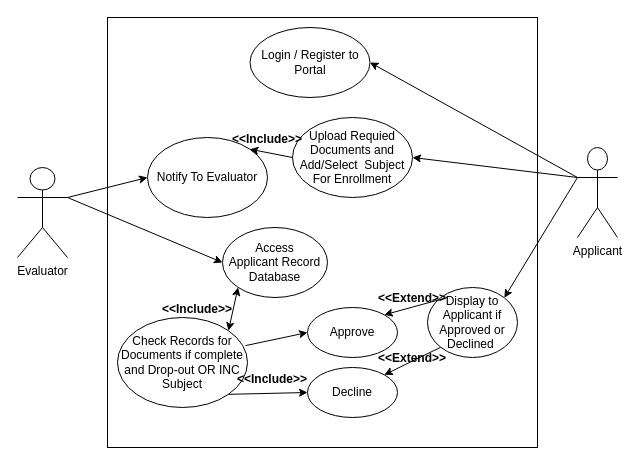
Above: Use Case Exam.drawio in jahla2/Exam (draw.io), before the change. Source tidied: cells renumbered, new cells numbered last; positions are measured from the earlier drawing's top-left corner, leaving out a move shared by most shapes. Both pictures are drawn from the tidied source at 100%, with x=0, y=0 at pixel (17, 17).
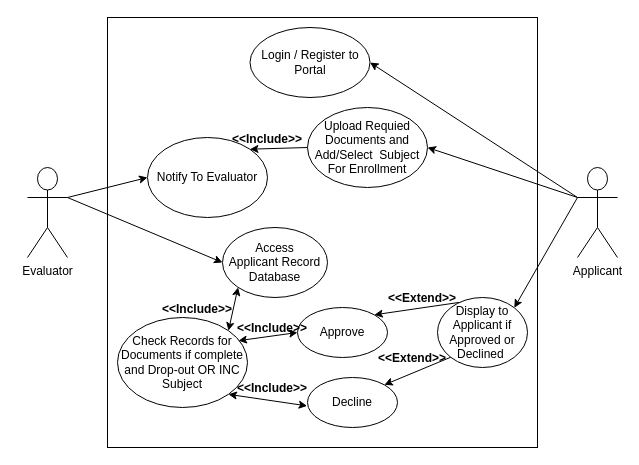
Above is the later version.

Unchanged cells that the change refers to:
```xml
<mxCell id="11" value="Check Records for Documents if complete and Drop-out OR INC Subject" style="ellipse;whiteSpace=wrap;html=1;" parent="1" vertex="1">
  <mxGeometry x="100" y="300" width="130" height="90" as="geometry" />
</mxCell>
```

The edit, as a diff of the source:
```diff
@@
     <mxCell id="3" value="Evaluator" style="shape=umlActor;verticalLabelPosition=bottom;verticalAlign=top;html=1;outlineConnect=0;" parent="1" vertex="1">
-      <mxGeometry y="150" width="50" height="90" as="geometry" />
+      <mxGeometry x="10" y="150" width="40" height="90" as="geometry" />
     </mxCell>
     <mxCell id="4" value="Applicant" style="shape=umlActor;verticalLabelPosition=bottom;verticalAlign=top;html=1;outlineConnect=0;" parent="1" vertex="1">
-      <mxGeometry x="560" y="130" width="40" height="90" as="geometry" />
+      <mxGeometry x="560" y="150" width="40" height="90" as="geometry" />
     </mxCell>
@@
     <mxCell id="9" value="Upload Requied Documents and Add/Select&amp;nbsp; Subject&lt;br&gt;For Enrollment" style="ellipse;whiteSpace=wrap;html=1;" parent="1" vertex="1">
-      <mxGeometry x="275" y="100" width="120" height="80" as="geometry" />
+      <mxGeometry x="290" y="90" width="120" height="80" as="geometry" />
     </mxCell>
@@
-    <mxCell id="13" style="endArrow=classic;html=1;rounded=0;exitX=0.983;exitY=0.313;exitDx=0;exitDy=0;entryX=0;entryY=0.5;entryDx=0;entryDy=0;exitPerimeter=0;" parent="1" edge="1" source="11" target="14">
-      <mxGeometry relative="1" as="geometry" />
-    </mxCell>
     <mxCell id="14" value="Approve" style="ellipse;whiteSpace=wrap;html=1;" parent="1" vertex="1">
-      <mxGeometry x="290" y="290" width="90" height="50" as="geometry" />
+      <mxGeometry x="280" y="290" width="90" height="50" as="geometry" />
     </mxCell>
     <mxCell id="15" value="Decline" style="ellipse;whiteSpace=wrap;html=1;" parent="1" vertex="1">
-      <mxGeometry x="290" y="350" width="90" height="50" as="geometry" />
+      <mxGeometry x="290" y="360" width="90" height="50" as="geometry" />
     </mxCell>
-    <mxCell id="16" style="endArrow=classic;html=1;rounded=0;exitX=1;exitY=1;exitDx=0;exitDy=0;entryX=0;entryY=0.5;entryDx=0;entryDy=0;" parent="1" edge="1" source="11" target="15">
-      <mxGeometry relative="1" as="geometry" />
-    </mxCell>
     <mxCell id="17" value="Display to Applicant if Approved or Declined&amp;nbsp;" style="ellipse;whiteSpace=wrap;html=1;" parent="1" vertex="1">
-      <mxGeometry x="410" y="270" width="90" height="70" as="geometry" />
+      <mxGeometry x="420" y="280" width="90" height="70" as="geometry" />
     </mxCell>
@@
-    <mxCell id="21" style="endArrow=classic;html=1;rounded=0;entryX=1;entryY=0;entryDx=0;entryDy=0;" parent="1" edge="1" target="14">
-      <mxGeometry relative="1" as="geometry">
-        <mxPoint x="430" y="280" as="sourcePoint" />
-      </mxGeometry>
+    <mxCell id="21" style="endArrow=classic;html=1;rounded=0;entryX=1;entryY=0;entryDx=0;entryDy=0;exitX=0.237;exitY=0.071;exitDx=0;exitDy=0;exitPerimeter=0;" parent="1" edge="1" source="17" target="14">
+      <mxGeometry relative="1" as="geometry" />
     </mxCell>
@@
     <mxCell id="24" value="&lt;&lt;Extend&gt;&gt;" style="text;align=center;fontStyle=1;verticalAlign=middle;spacingLeft=3;spacingRight=3;strokeColor=none;" parent="1" vertex="1">
-      <mxGeometry x="370" y="270" width="50" height="20" as="geometry" />
+      <mxGeometry x="380" y="270" width="50" height="20" as="geometry" />
     </mxCell>
@@
     <mxCell id="26" value="&lt;&lt;Include&gt;&gt;" style="text;align=center;fontStyle=1;verticalAlign=middle;spacingLeft=3;spacingRight=3;strokeColor=none;" parent="1" vertex="1">
-      <mxGeometry x="230" y="360" width="50" as="geometry" />
+      <mxGeometry x="230" y="360" width="50" height="20" as="geometry" />
     </mxCell>
@@
+    <mxCell id="29" style="endArrow=classic;startArrow=classic;html=1;rounded=0;entryX=0;entryY=0.5;entryDx=0;entryDy=0;exitX=1;exitY=0;exitDx=0;exitDy=0;" parent="1" edge="1" target="14">
+      <mxGeometry relative="1" as="geometry">
+        <mxPoint x="221" y="323.2" as="sourcePoint" />
+      </mxGeometry>
+    </mxCell>
+    <mxCell id="16" style="endArrow=classic;startArrow=classic;html=1;rounded=0;entryX=-0.004;entryY=0.568;entryDx=0;entryDy=0;exitX=1;exitY=1;exitDx=0;exitDy=0;entryPerimeter=0;" parent="1" edge="1" source="11" target="15">
+      <mxGeometry relative="1" as="geometry" />
+    </mxCell>
+    <mxCell id="30" value="&lt;&lt;Include&gt;&gt;" style="text;align=center;fontStyle=1;verticalAlign=middle;spacingLeft=3;spacingRight=3;strokeColor=none;" parent="1" vertex="1">
+      <mxGeometry x="230" y="300" width="50" height="20" as="geometry" />
+    </mxCell>
```
